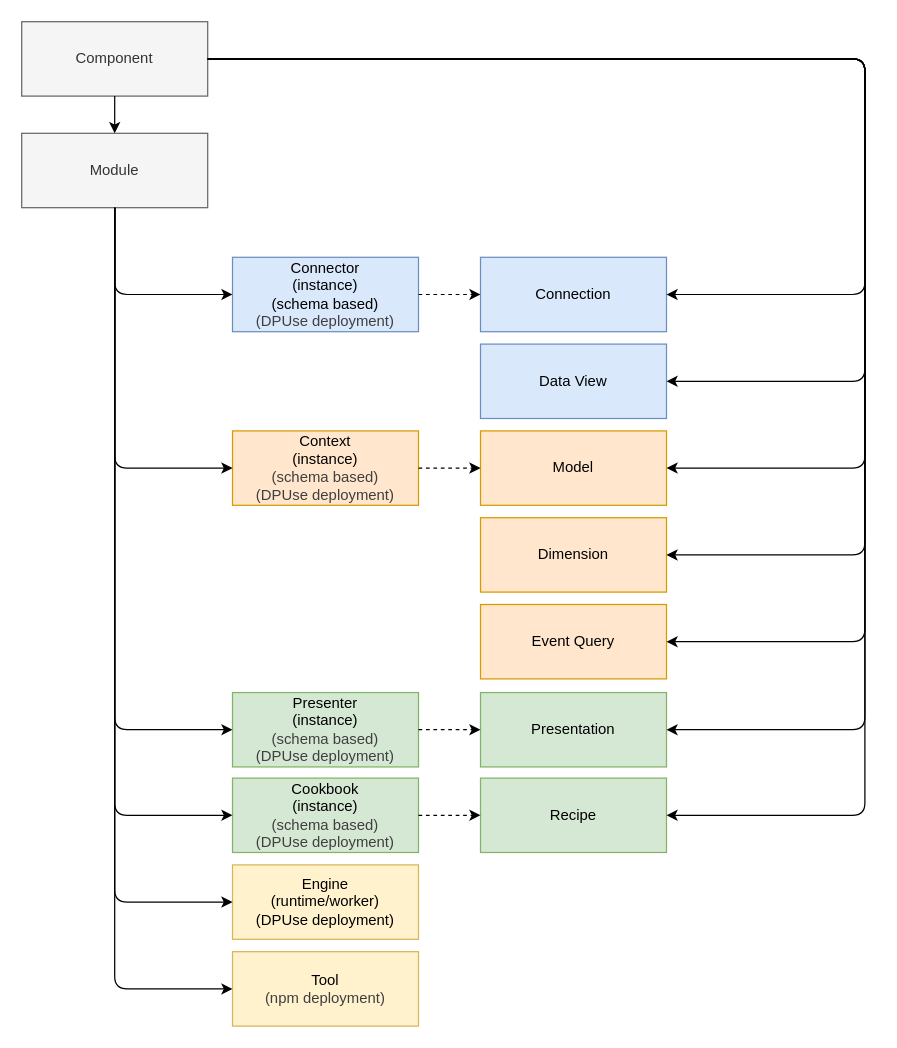
Earlier version of the draw.io diagram schematic.drawio (dpuse/dpuse-shared). Source tidied: cells renumbered, new cells numbered last; positions are measured from the earlier drawing's top-left corner, leaving out a move shared by most shapes. Both pictures are drawn from the tidied source at 124%, with x=0, y=0 at pixel (21, 21).
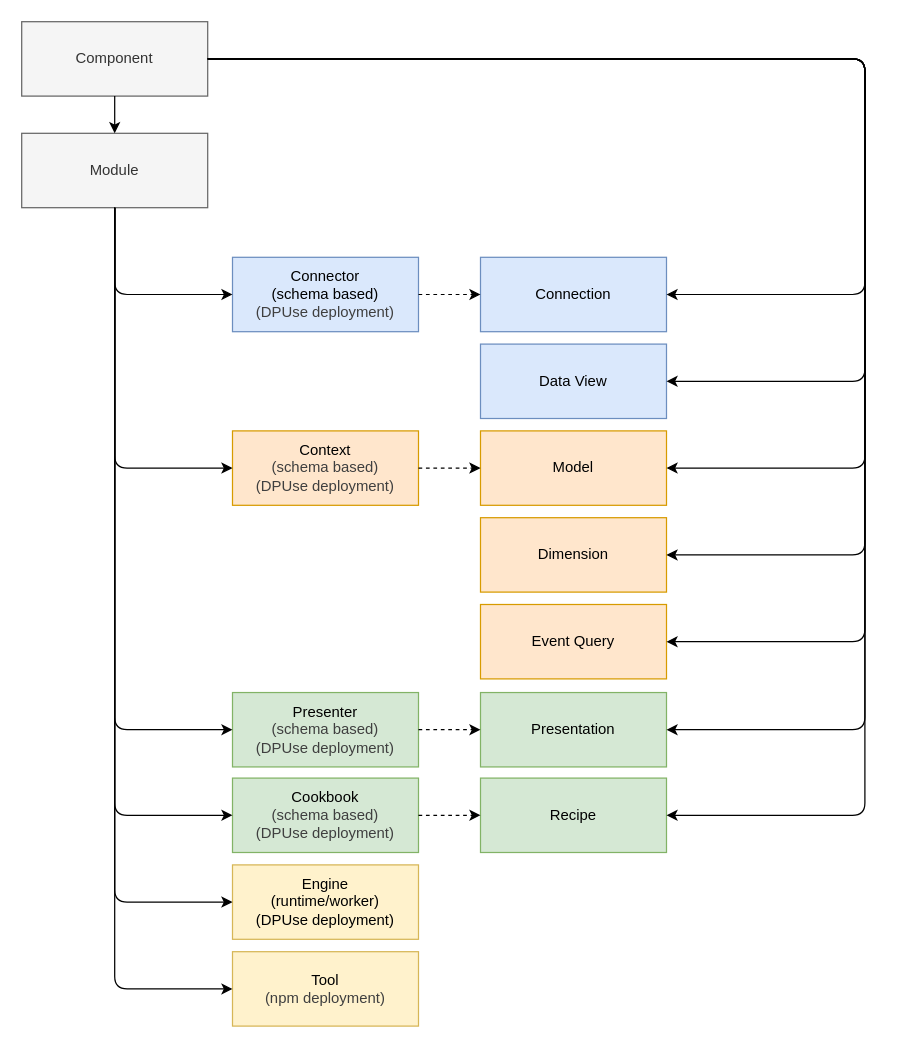
The same page after the edit.

Diff of the diagram source:
```diff
@@
-    <mxCell id="5" value="Context&lt;div&gt;&lt;font color=&quot;#000000&quot;&gt;(instance)&lt;br class=&quot;Apple-interchange-newline&quot;&gt;&lt;/font&gt;&lt;span style=&quot;color: rgb(63, 63, 63);&quot;&gt;(schema based)&lt;/span&gt;&lt;br class=&quot;Apple-interchange-newline&quot;&gt;&lt;span style=&quot;color: rgb(63, 63, 63);&quot;&gt;(DPUse deployment)&lt;/span&gt;&lt;/div&gt;" style="rounded=0;whiteSpace=wrap;html=1;fillColor=#ffe6cc;strokeColor=#d79b00;" parent="1" vertex="1">
+    <mxCell id="5" value="Context&lt;div&gt;&lt;span style=&quot;color: rgb(63, 63, 63);&quot;&gt;(schema based)&lt;/span&gt;&lt;br class=&quot;Apple-interchange-newline&quot;&gt;&lt;span style=&quot;color: rgb(63, 63, 63);&quot;&gt;(DPUse deployment)&lt;/span&gt;&lt;/div&gt;" style="rounded=0;whiteSpace=wrap;html=1;fillColor=#ffe6cc;strokeColor=#d79b00;" parent="1" vertex="1">
       <mxGeometry x="170" y="330" width="150" height="60" as="geometry" />
     </mxCell>
-    <mxCell id="6" value="Cookbook&lt;div&gt;&lt;font color=&quot;#000000&quot;&gt;(instance)&lt;br class=&quot;Apple-interchange-newline&quot;&gt;&lt;/font&gt;&lt;span style=&quot;color: rgb(63, 63, 63);&quot;&gt;(schema based)&lt;/span&gt;&lt;br class=&quot;Apple-interchange-newline&quot;&gt;&lt;span style=&quot;color: rgb(63, 63, 63);&quot;&gt;(DPUse deployment)&lt;/span&gt;&lt;/div&gt;" style="rounded=0;whiteSpace=wrap;html=1;fillColor=#d5e8d4;strokeColor=#82b366;" parent="1" vertex="1">
+    <mxCell id="6" value="Cookbook&lt;div&gt;&lt;span style=&quot;color: rgb(63, 63, 63);&quot;&gt;(schema based)&lt;/span&gt;&lt;br class=&quot;Apple-interchange-newline&quot;&gt;&lt;span style=&quot;color: rgb(63, 63, 63);&quot;&gt;(DPUse deployment)&lt;/span&gt;&lt;/div&gt;" style="rounded=0;whiteSpace=wrap;html=1;fillColor=#d5e8d4;strokeColor=#82b366;" parent="1" vertex="1">
       <mxGeometry x="170" y="610" width="150" height="60" as="geometry" />
     </mxCell>
@@
-    <mxCell id="8" value="Presenter&lt;div&gt;&lt;font color=&quot;#000000&quot;&gt;(instance)&lt;br class=&quot;Apple-interchange-newline&quot;&gt;&lt;/font&gt;&lt;span style=&quot;color: rgb(63, 63, 63);&quot;&gt;(schema based)&lt;/span&gt;&lt;br class=&quot;Apple-interchange-newline&quot;&gt;&lt;span style=&quot;color: rgb(63, 63, 63);&quot;&gt;(DPUse deployment)&lt;/span&gt;&lt;/div&gt;" style="rounded=0;whiteSpace=wrap;html=1;fillColor=#d5e8d4;strokeColor=#82b366;" parent="1" vertex="1">
+    <mxCell id="8" value="Presenter&lt;div&gt;&lt;span style=&quot;color: rgb(63, 63, 63);&quot;&gt;(schema based)&lt;/span&gt;&lt;br class=&quot;Apple-interchange-newline&quot;&gt;&lt;span style=&quot;color: rgb(63, 63, 63);&quot;&gt;(DPUse deployment)&lt;/span&gt;&lt;/div&gt;" style="rounded=0;whiteSpace=wrap;html=1;fillColor=#d5e8d4;strokeColor=#82b366;" parent="1" vertex="1">
       <mxGeometry x="170" y="541" width="150" height="60" as="geometry" />
     </mxCell>
-    <mxCell id="9" value="Connector&lt;div&gt;&lt;font color=&quot;#000000&quot;&gt;(instance)&lt;br&gt;&lt;/font&gt;&lt;div&gt;(schema based)&lt;/div&gt;&lt;span style=&quot;color: rgb(63, 63, 63);&quot;&gt;(DPUse deployment)&lt;/span&gt;&lt;/div&gt;" style="rounded=0;whiteSpace=wrap;html=1;fillColor=#dae8fc;strokeColor=#6c8ebf;" parent="1" vertex="1">
+    <mxCell id="9" value="Connector&lt;div&gt;&lt;div&gt;(schema based)&lt;/div&gt;&lt;span style=&quot;color: rgb(63, 63, 63);&quot;&gt;(DPUse deployment)&lt;/span&gt;&lt;/div&gt;" style="rounded=0;whiteSpace=wrap;html=1;fillColor=#dae8fc;strokeColor=#6c8ebf;" parent="1" vertex="1">
       <mxGeometry x="170" y="190" width="150" height="60" as="geometry" />
     </mxCell>
```
